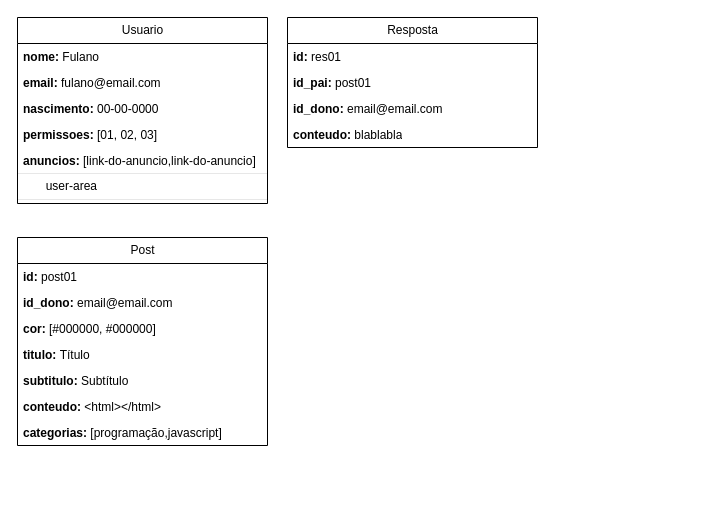
Earlier version of the draw.io diagram planejamento/modelagem.drawio (DeivRicardoSS/projeto-blog-vscode). Source tidied: cells renumbered, new cells numbered last; positions are measured from the earlier drawing's top-left corner, leaving out a move shared by most shapes. Both pictures are drawn from the tidied source at 100%, with x=0, y=0 at pixel (17, 17).
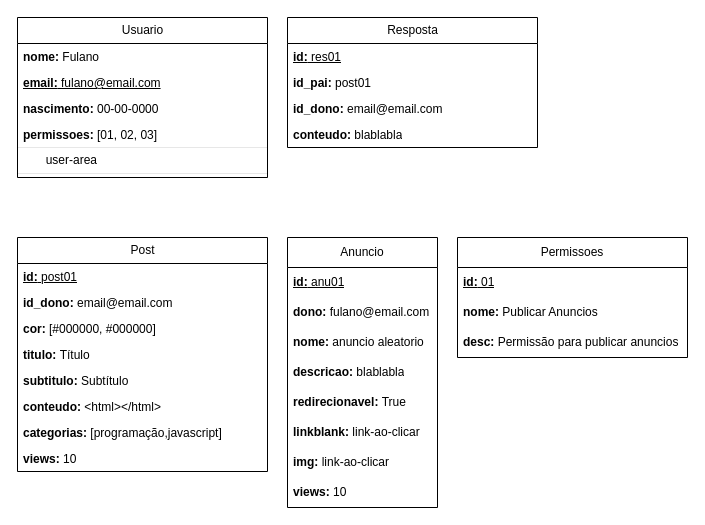
Above is the later version.

Unchanged cells that the change refers to:
```xml
<mxCell id="17" value="Resposta" style="swimlane;fontStyle=0;horizontal=1;startSize=26;fillColor=none;html=1;" parent="1" vertex="1">
  <mxGeometry x="270" width="250" height="130" as="geometry" />
</mxCell>
```

Diff of the diagram source:
```diff
@@
     <mxCell id="2" value="Usuario" style="swimlane;fontStyle=0;horizontal=1;startSize=26;fillColor=none;html=1;" parent="1" vertex="1">
-      <mxGeometry width="250" height="186" as="geometry" />
+      <mxGeometry width="250" height="160" as="geometry" />
     </mxCell>
@@
-    <mxCell id="4" value="&lt;b&gt;email:&lt;/b&gt; fulano@email.com" style="text;strokeColor=none;fillColor=none;align=left;verticalAlign=top;spacingLeft=4;spacingRight=4;overflow=hidden;whiteSpace=wrap;html=1;" parent="2" vertex="1">
+    <mxCell id="4" value="&lt;u&gt;&lt;b&gt;email:&lt;/b&gt; fulano@email.com&lt;/u&gt;" style="text;strokeColor=none;fillColor=none;align=left;verticalAlign=top;spacingLeft=4;spacingRight=4;overflow=hidden;whiteSpace=wrap;html=1;" parent="2" vertex="1">
       <mxGeometry y="52" width="250" height="26" as="geometry" />
     </mxCell>
@@
-    <mxCell id="7" value="&lt;b&gt;anuncios: &lt;/b&gt;[link-do-anuncio,link-do-anuncio]" style="text;strokeColor=none;fillColor=none;align=left;verticalAlign=top;spacingLeft=4;spacingRight=4;overflow=hidden;whiteSpace=wrap;html=1;" parent="2" vertex="1">
-      <mxGeometry y="130" width="250" height="26" as="geometry" />
-    </mxCell>
     <mxCell id="8" value="&lt;span style=&quot;white-space: pre;&quot;&gt;&#9;&lt;/span&gt;user-area" style="swimlane;fontStyle=0;horizontal=1;startSize=26;fillColor=none;html=1;strokeWidth=0;align=left;" parent="2" vertex="1" collapsed="1">
-      <mxGeometry y="156" width="250" height="30" as="geometry" />
+      <mxGeometry y="130" width="250" height="30" as="geometry" />
     </mxCell>
     <mxCell id="9" value="Post" style="swimlane;fontStyle=0;horizontal=1;startSize=26;fillColor=none;html=1;" parent="1" vertex="1">
-      <mxGeometry y="220" width="250" height="208" as="geometry" />
+      <mxGeometry y="220" width="250" height="234" as="geometry" />
     </mxCell>
-    <mxCell id="10" value="&lt;b&gt;id:&lt;/b&gt;&amp;nbsp;post01" style="text;strokeColor=none;fillColor=none;align=left;verticalAlign=top;spacingLeft=4;spacingRight=4;overflow=hidden;whiteSpace=wrap;html=1;" parent="9" vertex="1">
+    <mxCell id="10" value="&lt;u&gt;&lt;b&gt;id:&lt;/b&gt;&amp;nbsp;post01&lt;/u&gt;" style="text;strokeColor=none;fillColor=none;align=left;verticalAlign=top;spacingLeft=4;spacingRight=4;overflow=hidden;whiteSpace=wrap;html=1;" parent="9" vertex="1">
       <mxGeometry y="26" width="250" height="26" as="geometry" />
     </mxCell>
@@
+    <mxCell id="22" value="&lt;b&gt;views: &lt;/b&gt;10" style="text;strokeColor=none;fillColor=none;align=left;verticalAlign=top;spacingLeft=4;spacingRight=4;overflow=hidden;whiteSpace=wrap;html=1;" parent="9" vertex="1">
+      <mxGeometry y="208" width="250" height="26" as="geometry" />
+    </mxCell>
@@
-    <mxCell id="18" value="&lt;b&gt;id:&lt;/b&gt;&amp;nbsp;res01" style="text;strokeColor=none;fillColor=none;align=left;verticalAlign=top;spacingLeft=4;spacingRight=4;overflow=hidden;whiteSpace=wrap;html=1;" parent="17" vertex="1">
+    <mxCell id="18" value="&lt;u&gt;&lt;b&gt;id:&lt;/b&gt;&amp;nbsp;res01&lt;/u&gt;" style="text;strokeColor=none;fillColor=none;align=left;verticalAlign=top;spacingLeft=4;spacingRight=4;overflow=hidden;whiteSpace=wrap;html=1;" parent="17" vertex="1">
       <mxGeometry y="26" width="250" height="26" as="geometry" />
     </mxCell>
@@
+    <mxCell id="23" value="Anuncio" style="swimlane;fontStyle=0;horizontal=1;startSize=30;whiteSpace=wrap;html=1;" parent="1" vertex="1">
+      <mxGeometry x="270" y="220" width="150" height="270" as="geometry" />
+    </mxCell>
+    <mxCell id="24" value="&lt;u&gt;&lt;b&gt;id:&lt;/b&gt; anu01&lt;/u&gt;" style="text;strokeColor=none;fillColor=none;align=left;verticalAlign=middle;spacingLeft=4;spacingRight=4;overflow=hidden;whiteSpace=wrap;html=1;" parent="23" vertex="1">
+      <mxGeometry y="30" width="150" height="30" as="geometry" />
+    </mxCell>
+    <mxCell id="25" value="&lt;b&gt;dono:&lt;/b&gt; fulano@email.com" style="text;strokeColor=none;fillColor=none;align=left;verticalAlign=middle;spacingLeft=4;spacingRight=4;overflow=hidden;whiteSpace=wrap;html=1;" parent="23" vertex="1">
+      <mxGeometry y="60" width="150" height="30" as="geometry" />
+    </mxCell>
+    <mxCell id="26" value="&lt;b&gt;nome:&lt;/b&gt;&amp;nbsp;anuncio aleatorio" style="text;strokeColor=none;fillColor=none;align=left;verticalAlign=middle;spacingLeft=4;spacingRight=4;overflow=hidden;whiteSpace=wrap;html=1;" parent="23" vertex="1">
+      <mxGeometry y="90" width="150" height="30" as="geometry" />
+    </mxCell>
+    <mxCell id="27" value="&lt;b&gt;descricao:&lt;/b&gt; blablabla" style="text;strokeColor=none;fillColor=none;align=left;verticalAlign=middle;spacingLeft=4;spacingRight=4;overflow=hidden;whiteSpace=wrap;html=1;" parent="23" vertex="1">
+      <mxGeometry y="120" width="150" height="30" as="geometry" />
+    </mxCell>
+    <mxCell id="28" value="&lt;b&gt;redirecionavel:&lt;/b&gt;&amp;nbsp;True" style="text;strokeColor=none;fillColor=none;align=left;verticalAlign=middle;spacingLeft=4;spacingRight=4;overflow=hidden;whiteSpace=wrap;html=1;" parent="23" vertex="1">
+      <mxGeometry y="150" width="150" height="30" as="geometry" />
+    </mxCell>
+    <mxCell id="29" value="&lt;b&gt;linkblank:&lt;/b&gt;&amp;nbsp;link-ao-clicar" style="text;strokeColor=none;fillColor=none;align=left;verticalAlign=middle;spacingLeft=4;spacingRight=4;overflow=hidden;whiteSpace=wrap;html=1;" parent="23" vertex="1">
+      <mxGeometry y="180" width="150" height="30" as="geometry" />
+    </mxCell>
+    <mxCell id="30" value="&lt;b&gt;img:&lt;/b&gt;&amp;nbsp;link-ao-clicar" style="text;strokeColor=none;fillColor=none;align=left;verticalAlign=middle;spacingLeft=4;spacingRight=4;overflow=hidden;whiteSpace=wrap;html=1;" parent="23" vertex="1">
+      <mxGeometry y="210" width="150" height="30" as="geometry" />
+    </mxCell>
+    <mxCell id="31" value="&lt;b&gt;views:&lt;/b&gt;&amp;nbsp;10" style="text;strokeColor=none;fillColor=none;align=left;verticalAlign=middle;spacingLeft=4;spacingRight=4;overflow=hidden;whiteSpace=wrap;html=1;" parent="23" vertex="1">
+      <mxGeometry y="240" width="150" height="30" as="geometry" />
+    </mxCell>
+    <mxCell id="32" value="Permissoes" style="swimlane;fontStyle=0;horizontal=1;startSize=30;whiteSpace=wrap;html=1;" parent="1" vertex="1">
+      <mxGeometry x="440" y="220" width="230" height="120" as="geometry" />
+    </mxCell>
+    <mxCell id="33" value="&lt;u&gt;&lt;b&gt;id:&lt;/b&gt; 01&lt;/u&gt;" style="text;strokeColor=none;fillColor=none;align=left;verticalAlign=middle;spacingLeft=4;spacingRight=4;overflow=hidden;whiteSpace=wrap;html=1;" parent="32" vertex="1">
+      <mxGeometry y="30" width="230" height="30" as="geometry" />
+    </mxCell>
+    <mxCell id="34" value="&lt;b&gt;nome:&lt;/b&gt; Publicar Anuncios" style="text;strokeColor=none;fillColor=none;align=left;verticalAlign=middle;spacingLeft=4;spacingRight=4;overflow=hidden;whiteSpace=wrap;html=1;" parent="32" vertex="1">
+      <mxGeometry y="60" width="230" height="30" as="geometry" />
+    </mxCell>
+    <mxCell id="35" value="&lt;b&gt;desc:&lt;/b&gt; Permissão para publicar anuncios" style="text;strokeColor=none;fillColor=none;align=left;verticalAlign=middle;spacingLeft=4;spacingRight=4;overflow=hidden;whiteSpace=wrap;html=1;" parent="32" vertex="1">
+      <mxGeometry y="90" width="230" height="30" as="geometry" />
+    </mxCell>
```
